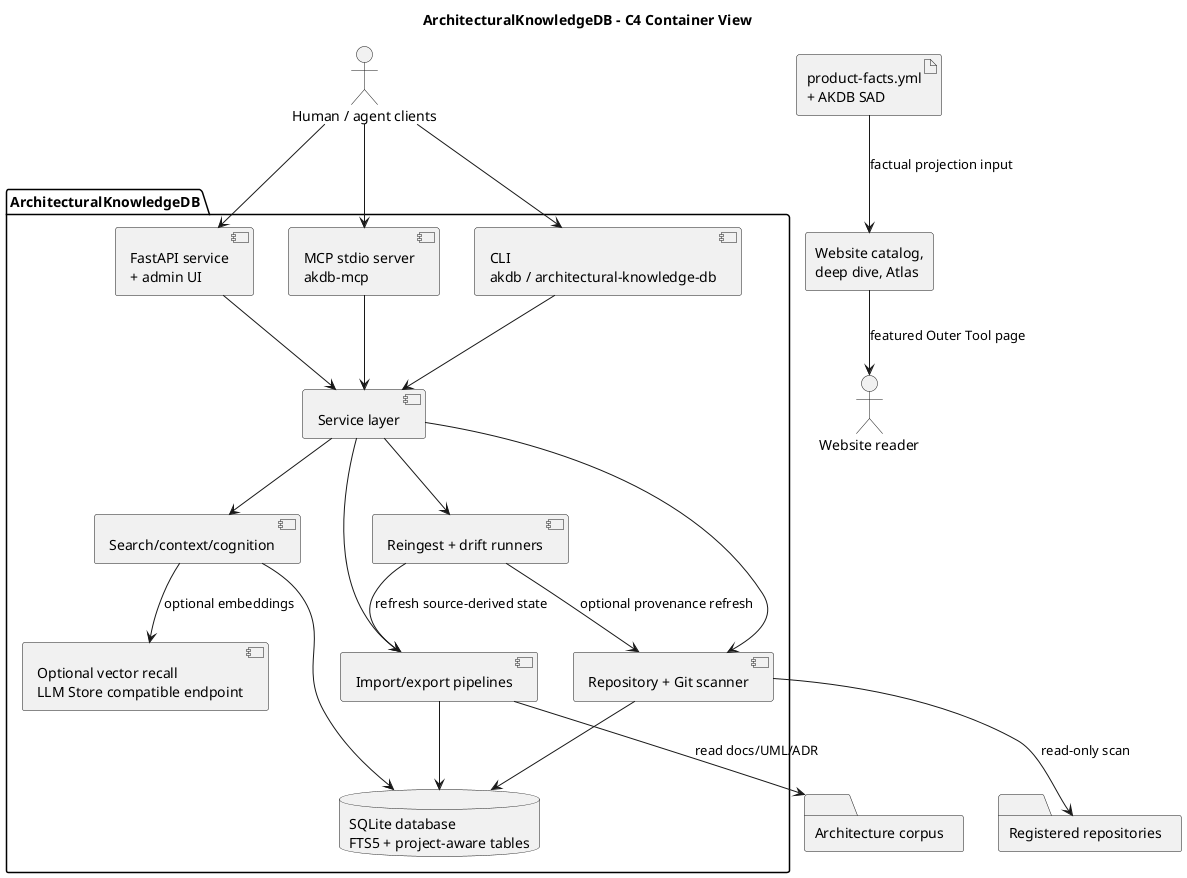
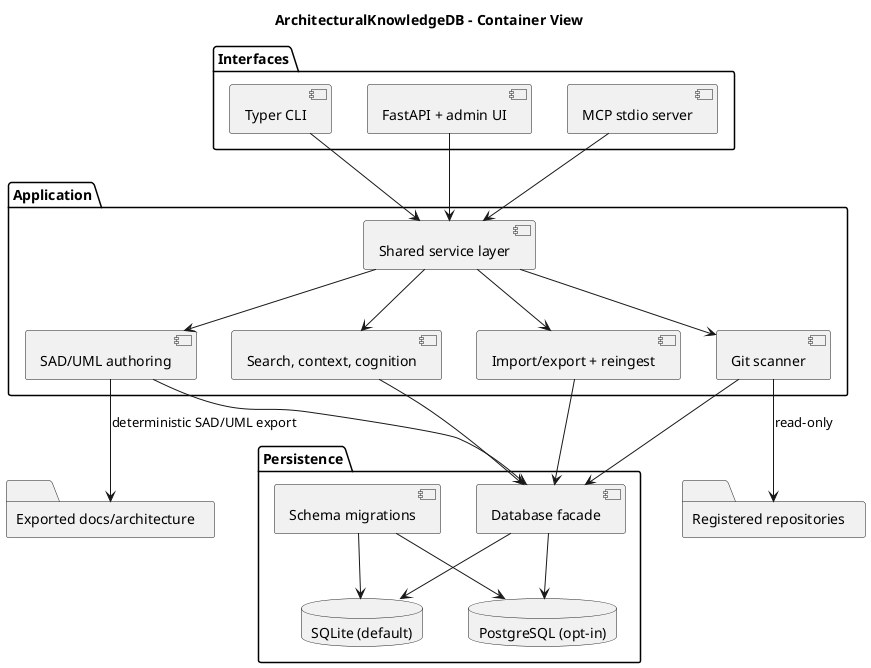
- @startuml architecturalknowledgedb-c4-container
- title ArchitecturalKnowledgeDB - C4 Container View
- 
- package "ArchitecturalKnowledgeDB" {
-   component "CLI\nakdb / architectural-knowledge-db" as CLI
-   component "FastAPI service\n+ admin UI" as API
-   component "MCP stdio server\nakdb-mcp" as MCP
-   component "Service layer" as Services
-   component "Import/export pipelines" as Importers
-   component "Repository + Git scanner" as GitScanner
-   component "Search/context/cognition" as Recall
-   component "Reingest + drift runners" as Reingest
-   component "Optional vector recall\nLLM Store compatible endpoint" as Vector
-   database "SQLite database\nFTS5 + project-aware tables" as DB
+ @startuml akdb-containers
+ title ArchitecturalKnowledgeDB - Container View
+ package "Interfaces" {
+  component "Typer CLI" as CLI
+  component "FastAPI + admin UI" as API
+  component "MCP stdio server" as MCP
}
- 
- folder "Architecture corpus" as Corpus
+ package "Application" {
+  component "Shared service layer" as Services
+  component "SAD/UML authoring" as Authoring
+  component "Search, context, cognition" as Recall
+  component "Import/export + reingest" as Pipeline
+  component "Git scanner" as Git
+ }
+ package "Persistence" {
+  component "Database facade" as Facade
+  database "SQLite (default)" as SQLite
+  database "PostgreSQL (opt-in)" as PG
+  component "Schema migrations" as Migrations
+ }
+ folder "Exported docs/architecture" as Export
folder "Registered repositories" as Repos
- artifact "product-facts.yml\n+ AKDB SAD" as ProductFacts
- rectangle "Website catalog,\ndeep dive, Atlas" as Website
- actor "Human / agent clients" as Clients
- actor "Website reader" as Reader
- 
- Clients --> CLI
- Clients --> API
- Clients --> MCP
CLI --> Services
API --> Services
MCP --> Services
- Services --> Importers
- Services --> GitScanner
+ Services --> Authoring
Services --> Recall
- Services --> Reingest
- Recall --> Vector : optional embeddings
- Importers --> Corpus : read docs/UML/ADR
- GitScanner --> Repos : read-only scan
- Importers --> DB
- GitScanner --> DB
- Recall --> DB
- Reingest --> Importers : refresh source-derived state
- Reingest --> GitScanner : optional provenance refresh
- ProductFacts --> Website : factual projection input
- Website --> Reader : featured Outer Tool page
- 
+ Services --> Pipeline
+ Services --> Git
+ Authoring --> Facade
+ Recall --> Facade
+ Pipeline --> Facade
+ Git --> Facade
+ Facade --> SQLite
+ Facade --> PG
+ Migrations --> SQLite
+ Migrations --> PG
+ Authoring --> Export : deterministic SAD/UML export
+ Git --> Repos : read-only
@enduml
